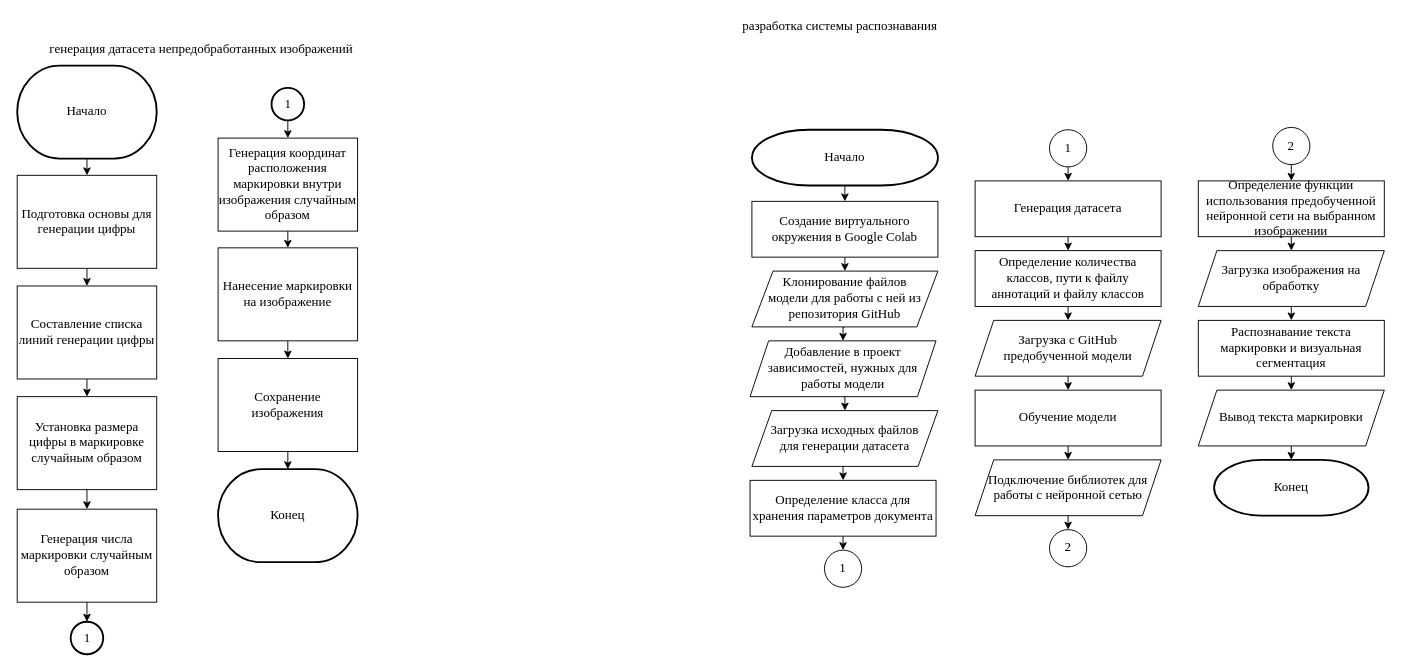
Earlier version of the draw.io diagram Flowcharts/генерация датасетов.drawio (KanVull/Recognistion). Source tidied: cells renumbered, new cells numbered last; positions are measured from the earlier drawing's top-left corner, leaving out a move shared by most shapes. Both pictures are drawn from the tidied source at 93%, with x=0, y=0 at pixel (17, 16).
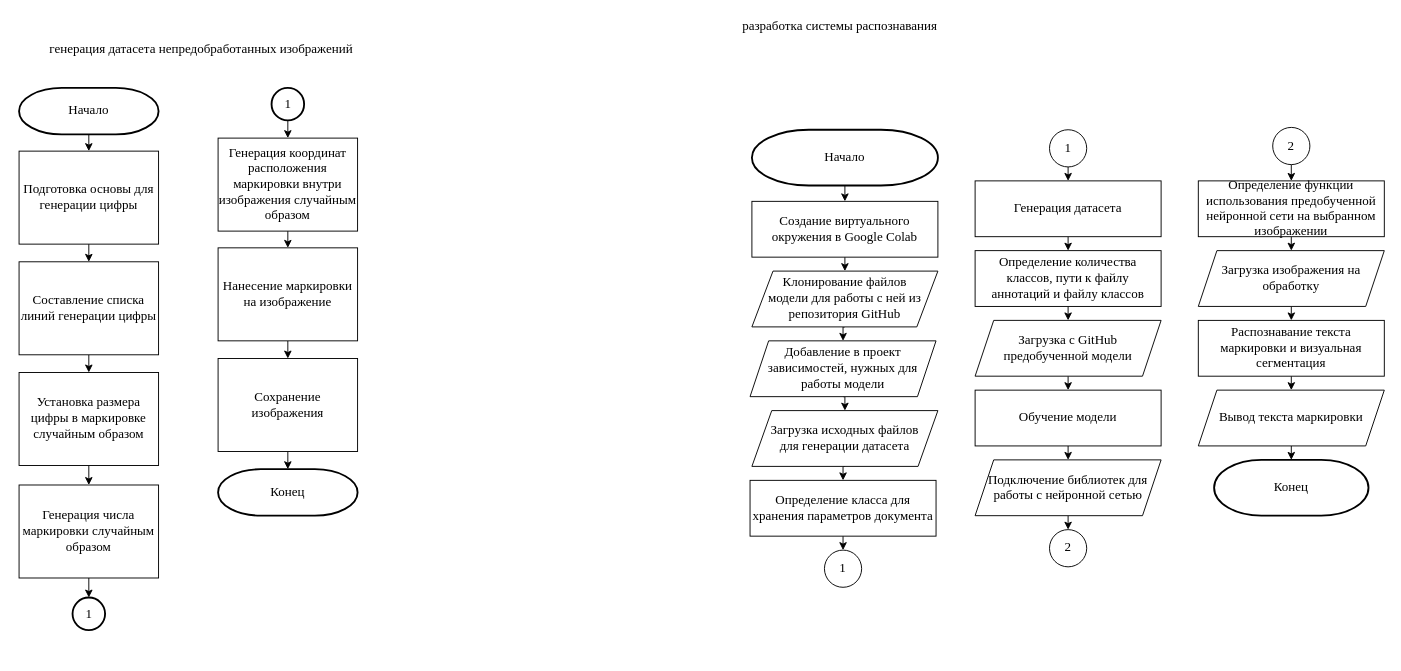
After the change.

The edit, as a diff of the source:
```diff
@@
     <mxCell id="3" value="Подготовка основы для генерации цифры" style="rounded=0;whiteSpace=wrap;html=1;fontFamily=Times New Roman;fontSize=14;" parent="1" vertex="1">
-      <mxGeometry y="171" width="150" height="100" as="geometry" />
+      <mxGeometry x="2" y="145" width="150" height="100" as="geometry" />
     </mxCell>
@@
     <mxCell id="5" value="Составление списка линий генерации цифры" style="rounded=0;whiteSpace=wrap;html=1;fontFamily=Times New Roman;fontSize=14;" parent="1" vertex="1">
-      <mxGeometry y="290" width="150" height="100" as="geometry" />
+      <mxGeometry x="2" y="264" width="150" height="100" as="geometry" />
     </mxCell>
@@
     <mxCell id="7" value="Установка размера цифры в маркировке случайным образом" style="rounded=0;whiteSpace=wrap;html=1;fontFamily=Times New Roman;fontSize=14;" parent="1" vertex="1">
-      <mxGeometry y="409" width="150" height="100" as="geometry" />
+      <mxGeometry x="2" y="383" width="150" height="100" as="geometry" />
     </mxCell>
@@
     <mxCell id="9" value="Генерация числа маркировки случайным образом" style="rounded=0;whiteSpace=wrap;html=1;fontFamily=Times New Roman;fontSize=14;" parent="1" vertex="1">
-      <mxGeometry y="530" width="150" height="100" as="geometry" />
+      <mxGeometry x="2" y="504" width="150" height="100" as="geometry" />
     </mxCell>
@@
-    <mxCell id="15" value="Начало" style="strokeWidth=2;html=1;shape=mxgraph.flowchart.terminator;whiteSpace=wrap;fontFamily=Times New Roman;fontSize=14;" parent="1" vertex="1">
-      <mxGeometry y="53" width="150" height="100" as="geometry" />
+    <mxCell id="15" value="Начало" style="strokeWidth=2;html=1;shape=mxgraph.flowchart.terminator;whiteSpace=wrap;fontFamily=Times New Roman;fontSize=14;rotation=0;" parent="1" vertex="1">
+      <mxGeometry x="2" y="77" width="150" height="50" as="geometry" />
     </mxCell>
     <mxCell id="16" value="Конец" style="strokeWidth=2;html=1;shape=mxgraph.flowchart.terminator;whiteSpace=wrap;fontFamily=Times New Roman;fontSize=14;" parent="1" vertex="1">
-      <mxGeometry x="216" y="487" width="150" height="100" as="geometry" />
+      <mxGeometry x="216" y="487" width="150" height="50" as="geometry" />
     </mxCell>
@@
     <mxCell id="19" value="1" style="strokeWidth=2;html=1;shape=mxgraph.flowchart.start_2;whiteSpace=wrap;fontFamily=Times New Roman;fontSize=14;" parent="1" vertex="1">
-      <mxGeometry x="57.5" y="651" width="35" height="35" as="geometry" />
+      <mxGeometry x="59.5" y="625" width="35" height="35" as="geometry" />
     </mxCell>
```
